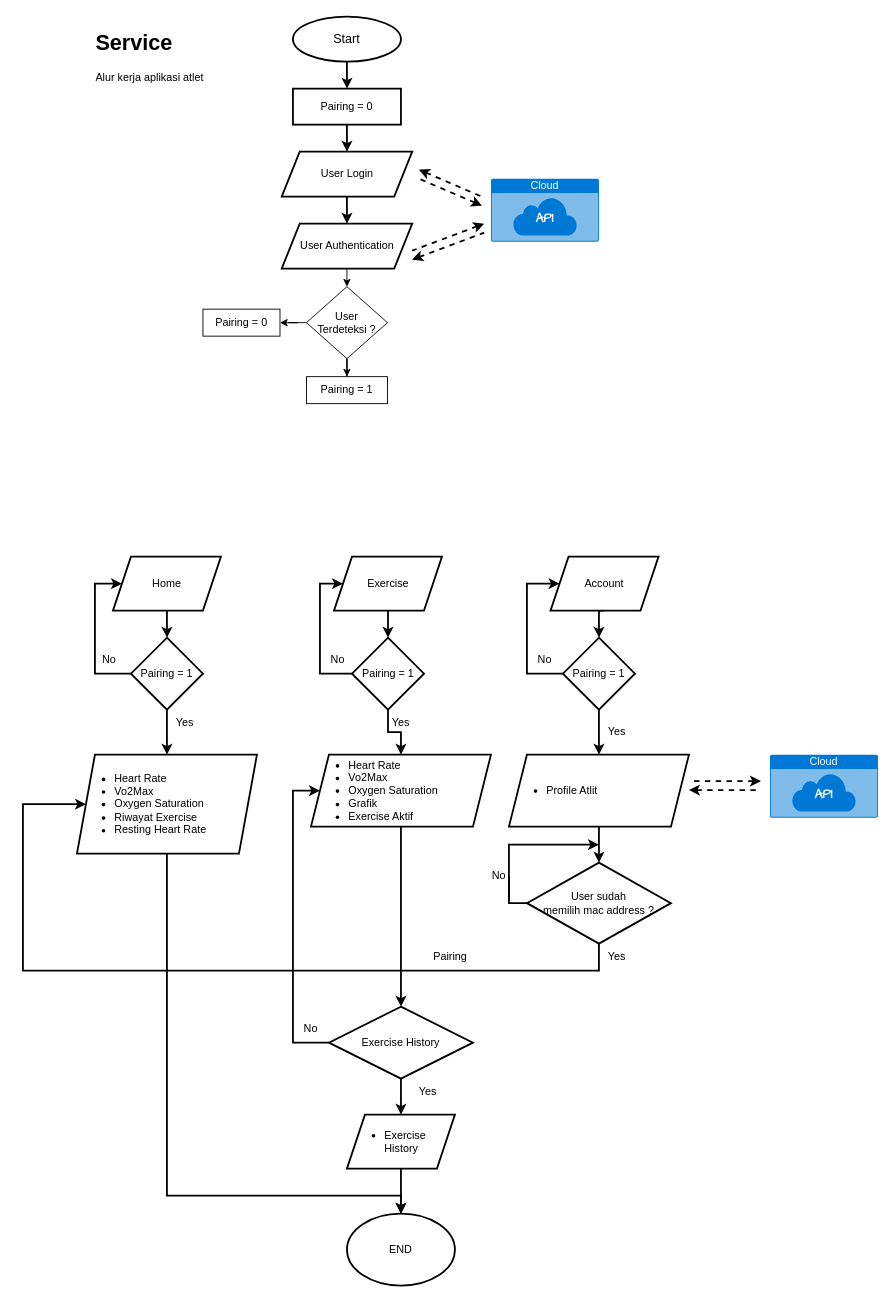
The draw.io diagram Smartwatch.drawio in ilhamdestyo/draw.io, before the edit. Source tidied: cells renumbered, new cells numbered last; positions are measured from the earlier drawing's top-left corner, leaving out a move shared by most shapes. Both pictures are drawn from the tidied source at 90%, with x=0, y=0 at pixel (22, 16).
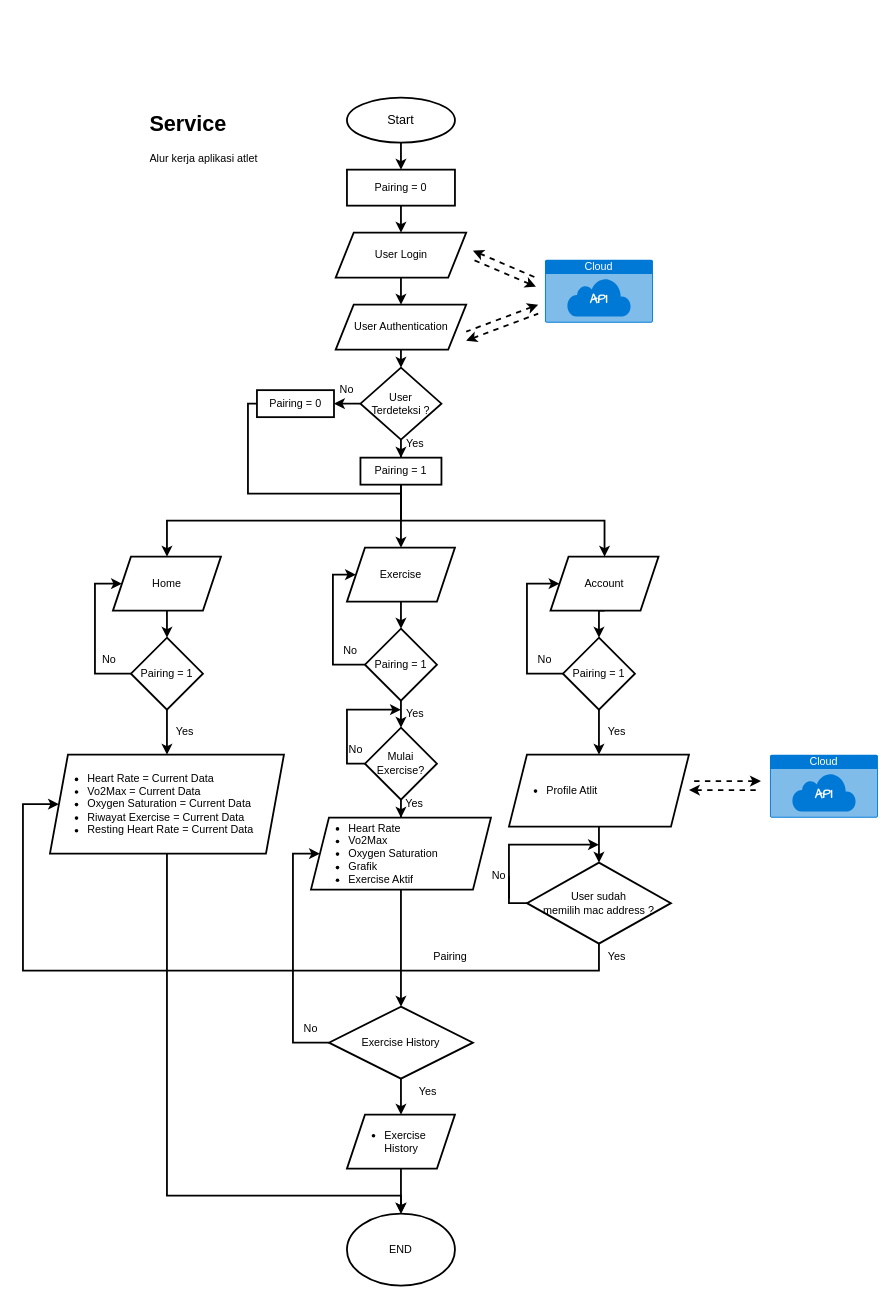
After the change.

The change refers to these unchanged cells:
```xml
<mxCell id="32" value="Exercise History" style="rhombus;whiteSpace=wrap;html=1;align=center;strokeWidth=2;" parent="1" vertex="1">
  <mxGeometry x="340" y="1100" width="160" height="80" as="geometry" />
</mxCell>
<mxCell id="43" value="Home" style="shape=parallelogram;perimeter=parallelogramPerimeter;whiteSpace=wrap;html=1;fixedSize=1;strokeWidth=2;" parent="1" vertex="1">
  <mxGeometry x="100" y="600" width="120" height="60" as="geometry" />
</mxCell>
<mxCell id="47" value="Account" style="shape=parallelogram;perimeter=parallelogramPerimeter;whiteSpace=wrap;html=1;fixedSize=1;strokeWidth=2;" parent="1" vertex="1">
  <mxGeometry x="586.2" y="600" width="120" height="60" as="geometry" />
</mxCell>
```

Change to the diagram source:
```diff
@@
     <mxCell id="3" value="&lt;font style=&quot;font-size: 14px;&quot;&gt;Start&lt;/font&gt;" style="ellipse;whiteSpace=wrap;html=1;strokeWidth=2;" parent="1" vertex="1">
-      <mxGeometry x="300" width="120" height="50" as="geometry" />
+      <mxGeometry x="360" y="90" width="120" height="50" as="geometry" />
     </mxCell>
@@
     <mxCell id="5" value="User Login" style="shape=parallelogram;perimeter=parallelogramPerimeter;whiteSpace=wrap;html=1;fixedSize=1;strokeWidth=2;" parent="1" vertex="1">
-      <mxGeometry x="287.5" y="150" width="145" height="50" as="geometry" />
+      <mxGeometry x="347.5" y="240" width="145" height="50" as="geometry" />
     </mxCell>
-    <mxCell id="6" style="edgeStyle=orthogonalEdgeStyle;rounded=0;jettySize=auto;html=1;exitX=0.5;exitY=1;exitDx=0;exitDy=0;entryX=0.5;entryY=0;entryDx=0;entryDy=0;" parent="1" edge="1" source="7" target="67">
+    <mxCell id="6" style="edgeStyle=orthogonalEdgeStyle;rounded=0;jettySize=auto;html=1;exitX=0.5;exitY=1;exitDx=0;exitDy=0;entryX=0.5;entryY=0;entryDx=0;entryDy=0;strokeWidth=2;" parent="1" edge="1" source="7" target="67">
       <mxGeometry relative="1" as="geometry" />
     </mxCell>
     <mxCell id="7" value="User Authentication" style="shape=parallelogram;perimeter=parallelogramPerimeter;whiteSpace=wrap;html=1;fixedSize=1;strokeWidth=2;" parent="1" vertex="1">
-      <mxGeometry x="287.5" y="230" width="145" height="50" as="geometry" />
+      <mxGeometry x="347.5" y="320" width="145" height="50" as="geometry" />
     </mxCell>
@@
-    <mxCell id="9" value="&lt;ul&gt;&lt;li&gt;Heart Rate&lt;/li&gt;&lt;li&gt;Vo2Max&lt;/li&gt;&lt;li&gt;Oxygen Saturation&lt;/li&gt;&lt;li&gt;Riwayat Exercise&lt;/li&gt;&lt;li&gt;Resting Heart Rate&lt;/li&gt;&lt;/ul&gt;" style="shape=parallelogram;perimeter=parallelogramPerimeter;whiteSpace=wrap;html=1;fixedSize=1;align=left;strokeWidth=2;" parent="1" vertex="1">
-      <mxGeometry x="60" y="820" width="200" height="110" as="geometry" />
+    <mxCell id="9" value="&lt;ul&gt;&lt;li&gt;Heart Rate = Current Data&lt;/li&gt;&lt;li&gt;Vo2Max = Current Data&lt;/li&gt;&lt;li&gt;Oxygen Saturation = Current Data&lt;/li&gt;&lt;li&gt;Riwayat Exercise = Current Data&lt;/li&gt;&lt;li&gt;Resting Heart Rate = Current Data&lt;/li&gt;&lt;/ul&gt;" style="shape=parallelogram;perimeter=parallelogramPerimeter;whiteSpace=wrap;html=1;fixedSize=1;align=left;strokeWidth=2;" parent="1" vertex="1">
+      <mxGeometry x="30" y="820" width="260" height="110" as="geometry" />
     </mxCell>
@@
     <mxCell id="11" value="&lt;ul&gt;&lt;li&gt;Heart Rate&lt;/li&gt;&lt;li&gt;Vo2Max&lt;/li&gt;&lt;li&gt;Oxygen Saturation&lt;/li&gt;&lt;li&gt;Grafik&lt;/li&gt;&lt;li&gt;Exercise Aktif&lt;/li&gt;&lt;/ul&gt;" style="shape=parallelogram;perimeter=parallelogramPerimeter;whiteSpace=wrap;html=1;fixedSize=1;align=left;strokeWidth=2;" parent="1" vertex="1">
-      <mxGeometry x="320" y="820" width="200" height="80" as="geometry" />
+      <mxGeometry x="320" y="890" width="200" height="80" as="geometry" />
     </mxCell>
@@
     <mxCell id="19" style="group;strokeWidth=2;" parent="1" vertex="1">
-      <mxGeometry x="432.5" y="170" width="207.5" height="100" as="geometry" />
+      <mxGeometry x="492.5" y="260" width="207.5" height="100" as="geometry" />
     </mxCell>
@@
     <mxCell id="30" style="edgeStyle=orthogonalEdgeStyle;rounded=0;jettySize=auto;html=1;entryX=0;entryY=0.5;entryDx=0;entryDy=0;strokeWidth=2;" parent="1" edge="1" source="32" target="11">
       <mxGeometry relative="1" as="geometry">
         <Array as="points">
           <mxPoint x="300" y="1140" />
-          <mxPoint x="300" y="860" />
+          <mxPoint x="300" y="930" />
         </Array>
       </mxGeometry>
     </mxCell>
@@
     <mxCell id="36" value="&lt;h1&gt;Service&lt;/h1&gt;&lt;p&gt;Alur kerja aplikasi atlet&amp;nbsp;&lt;/p&gt;" style="text;html=1;strokeColor=none;fillColor=none;spacing=5;spacingTop=-20;whiteSpace=wrap;overflow=hidden;rounded=0;strokeWidth=2;" parent="1" vertex="1">
-      <mxGeometry x="75.6" y="10" width="204.4" height="70" as="geometry" />
+      <mxGeometry x="135.6" y="100" width="204.4" height="70" as="geometry" />
     </mxCell>
@@
     <mxCell id="45" value="Exercise" style="shape=parallelogram;perimeter=parallelogramPerimeter;whiteSpace=wrap;html=1;fixedSize=1;strokeWidth=2;" parent="1" vertex="1">
-      <mxGeometry x="345.6" y="600" width="120" height="60" as="geometry" />
+      <mxGeometry x="360" y="590" width="120" height="60" as="geometry" />
     </mxCell>
@@
     <mxCell id="51" style="edgeStyle=orthogonalEdgeStyle;rounded=0;jettySize=auto;html=1;entryX=0;entryY=0.5;entryDx=0;entryDy=0;strokeWidth=2;" parent="1" edge="1" source="53" target="45">
       <mxGeometry relative="1" as="geometry">
         <Array as="points">
-          <mxPoint x="330" y="730" />
-          <mxPoint x="330" y="630" />
+          <mxPoint x="344.4" y="720" />
+          <mxPoint x="344.4" y="620" />
         </Array>
       </mxGeometry>
     </mxCell>
-    <mxCell id="52" style="edgeStyle=orthogonalEdgeStyle;rounded=0;jettySize=auto;html=1;strokeWidth=2;" parent="1" edge="1" source="53" target="11">
-      <mxGeometry relative="1" as="geometry" />
-    </mxCell>
+    <mxCell id="70" style="edgeStyle=orthogonalEdgeStyle;rounded=0;jettySize=auto;html=1;entryX=0.5;entryY=0;entryDx=0;entryDy=0;strokeWidth=2;" parent="1" edge="1" source="53" target="78">
+      <mxGeometry relative="1" as="geometry" />
+    </mxCell>
     <mxCell id="53" value="Pairing = 1" style="rhombus;whiteSpace=wrap;html=1;strokeWidth=2;" parent="1" vertex="1">
-      <mxGeometry x="365.6" y="690" width="80" height="80" as="geometry" />
+      <mxGeometry x="380" y="680" width="80" height="80" as="geometry" />
     </mxCell>
@@
     <mxCell id="58" value="&lt;font style=&quot;font-size: 12px;&quot;&gt;Pairing = 0&lt;/font&gt;" style="rounded=0;whiteSpace=wrap;html=1;strokeWidth=2;" parent="1" vertex="1">
-      <mxGeometry x="300" y="80" width="120" height="40" as="geometry" />
+      <mxGeometry x="360" y="170" width="120" height="40" as="geometry" />
     </mxCell>
     <mxCell id="59" value="Yes" style="text;html=1;strokeColor=none;fillColor=none;align=center;verticalAlign=middle;whiteSpace=wrap;rounded=0;strokeWidth=2;" parent="1" vertex="1">
-      <mxGeometry x="150" y="770" width="60" height="30" as="geometry" />
+      <mxGeometry x="150" y="780" width="60" height="30" as="geometry" />
     </mxCell>
     <mxCell id="60" value="Yes" style="text;html=1;strokeColor=none;fillColor=none;align=center;verticalAlign=middle;whiteSpace=wrap;rounded=0;strokeWidth=2;" parent="1" vertex="1">
-      <mxGeometry x="390" y="770" width="60" height="30" as="geometry" />
+      <mxGeometry x="405" y="860" width="60" height="30" as="geometry" />
     </mxCell>
@@
     <mxCell id="63" value="No" style="text;html=1;strokeColor=none;fillColor=none;align=center;verticalAlign=middle;whiteSpace=wrap;rounded=0;strokeWidth=2;" parent="1" vertex="1">
-      <mxGeometry x="320" y="700" width="60" height="30" as="geometry" />
+      <mxGeometry x="334.4" y="690" width="60" height="30" as="geometry" />
     </mxCell>
@@
-    <mxCell id="65" style="edgeStyle=orthogonalEdgeStyle;rounded=0;jettySize=auto;html=1;" parent="1" edge="1" source="67" target="68">
+    <mxCell id="65" style="edgeStyle=orthogonalEdgeStyle;rounded=0;jettySize=auto;html=1;strokeWidth=2;" parent="1" edge="1" source="67" target="68">
       <mxGeometry relative="1" as="geometry" />
     </mxCell>
-    <mxCell id="66" style="edgeStyle=orthogonalEdgeStyle;rounded=0;jettySize=auto;html=1;" parent="1" edge="1" source="67" target="69">
+    <mxCell id="66" style="edgeStyle=orthogonalEdgeStyle;rounded=0;jettySize=auto;html=1;strokeWidth=2;" parent="1" edge="1" source="67" target="69">
       <mxGeometry relative="1" as="geometry" />
     </mxCell>
-    <mxCell id="67" value="User &lt;br&gt;Terdeteksi ?" style="rhombus;whiteSpace=wrap;html=1;" parent="1" vertex="1">
-      <mxGeometry x="315" y="300" width="90" height="80" as="geometry" />
+    <mxCell id="67" value="User &lt;br&gt;Terdeteksi ?" style="rhombus;whiteSpace=wrap;html=1;strokeWidth=2;" parent="1" vertex="1">
+      <mxGeometry x="375" y="390" width="90" height="80" as="geometry" />
     </mxCell>
+    <mxCell id="71" style="edgeStyle=orthogonalEdgeStyle;rounded=0;jettySize=auto;html=1;exitX=0.5;exitY=1;exitDx=0;exitDy=0;entryX=0.5;entryY=0;entryDx=0;entryDy=0;strokeWidth=2;" parent="1" edge="1" source="68" target="43">
+      <mxGeometry relative="1" as="geometry" />
+    </mxCell>
+    <mxCell id="72" style="edgeStyle=orthogonalEdgeStyle;rounded=0;jettySize=auto;html=1;exitX=0.5;exitY=1;exitDx=0;exitDy=0;strokeWidth=2;" parent="1" edge="1" source="68" target="47">
+      <mxGeometry relative="1" as="geometry" />
+    </mxCell>
-    <mxCell id="68" value="Pairing = 1" style="whiteSpace=wrap;html=1;" parent="1" vertex="1">
-      <mxGeometry x="315" y="400" width="90" height="30" as="geometry" />
+    <mxCell id="68" value="Pairing = 1" style="whiteSpace=wrap;html=1;strokeWidth=2;" parent="1" vertex="1">
+      <mxGeometry x="375" y="490" width="90" height="30" as="geometry" />
     </mxCell>
+    <mxCell id="73" style="edgeStyle=orthogonalEdgeStyle;rounded=0;jettySize=auto;html=1;strokeWidth=2;" parent="1" edge="1" source="69" target="45">
+      <mxGeometry relative="1" as="geometry">
+        <Array as="points">
+          <mxPoint x="250" y="430" />
+          <mxPoint x="250" y="530" />
+          <mxPoint x="420" y="530" />
+        </Array>
+      </mxGeometry>
+    </mxCell>
-    <mxCell id="69" value="Pairing = 0" style="whiteSpace=wrap;html=1;" parent="1" vertex="1">
-      <mxGeometry x="200" y="325" width="85.6" height="30" as="geometry" />
+    <mxCell id="69" value="Pairing = 0" style="whiteSpace=wrap;html=1;strokeWidth=2;" parent="1" vertex="1">
+      <mxGeometry x="260" y="415" width="85.6" height="30" as="geometry" />
     </mxCell>
+    <mxCell id="74" value="No" style="text;html=1;strokeColor=none;fillColor=none;align=center;verticalAlign=middle;whiteSpace=wrap;rounded=0;strokeWidth=2;" parent="1" vertex="1">
+      <mxGeometry x="330" y="400" width="60" height="30" as="geometry" />
+    </mxCell>
+    <mxCell id="75" value="Yes" style="text;html=1;strokeColor=none;fillColor=none;align=center;verticalAlign=middle;whiteSpace=wrap;rounded=0;strokeWidth=2;" parent="1" vertex="1">
+      <mxGeometry x="405.6" y="460" width="60" height="30" as="geometry" />
+    </mxCell>
+    <mxCell id="76" style="edgeStyle=orthogonalEdgeStyle;rounded=0;jettySize=auto;html=1;strokeWidth=2;" parent="1" edge="1" source="78" target="11">
+      <mxGeometry relative="1" as="geometry" />
+    </mxCell>
+    <mxCell id="77" style="edgeStyle=orthogonalEdgeStyle;rounded=0;jettySize=auto;html=1;entryX=0.239;entryY=0.333;entryDx=0;entryDy=0;entryPerimeter=0;strokeWidth=2;" parent="1" edge="1" source="78" target="79">
+      <mxGeometry relative="1" as="geometry">
+        <Array as="points">
+          <mxPoint x="360" y="830" />
+          <mxPoint x="360" y="770" />
+        </Array>
+      </mxGeometry>
+    </mxCell>
+    <mxCell id="78" value="Mulai&lt;br&gt;Exercise?" style="rhombus;whiteSpace=wrap;html=1;strokeWidth=2;" parent="1" vertex="1">
+      <mxGeometry x="380" y="790" width="80" height="80" as="geometry" />
+    </mxCell>
+    <mxCell id="79" value="Yes" style="text;html=1;strokeColor=none;fillColor=none;align=center;verticalAlign=middle;whiteSpace=wrap;rounded=0;strokeWidth=2;" parent="1" vertex="1">
+      <mxGeometry x="405.6" y="760" width="60" height="30" as="geometry" />
+    </mxCell>
+    <mxCell id="80" value="No" style="text;html=1;strokeColor=none;fillColor=none;align=center;verticalAlign=middle;whiteSpace=wrap;rounded=0;strokeWidth=2;" parent="1" vertex="1">
+      <mxGeometry x="340" y="800" width="60" height="30" as="geometry" />
+    </mxCell>
```
